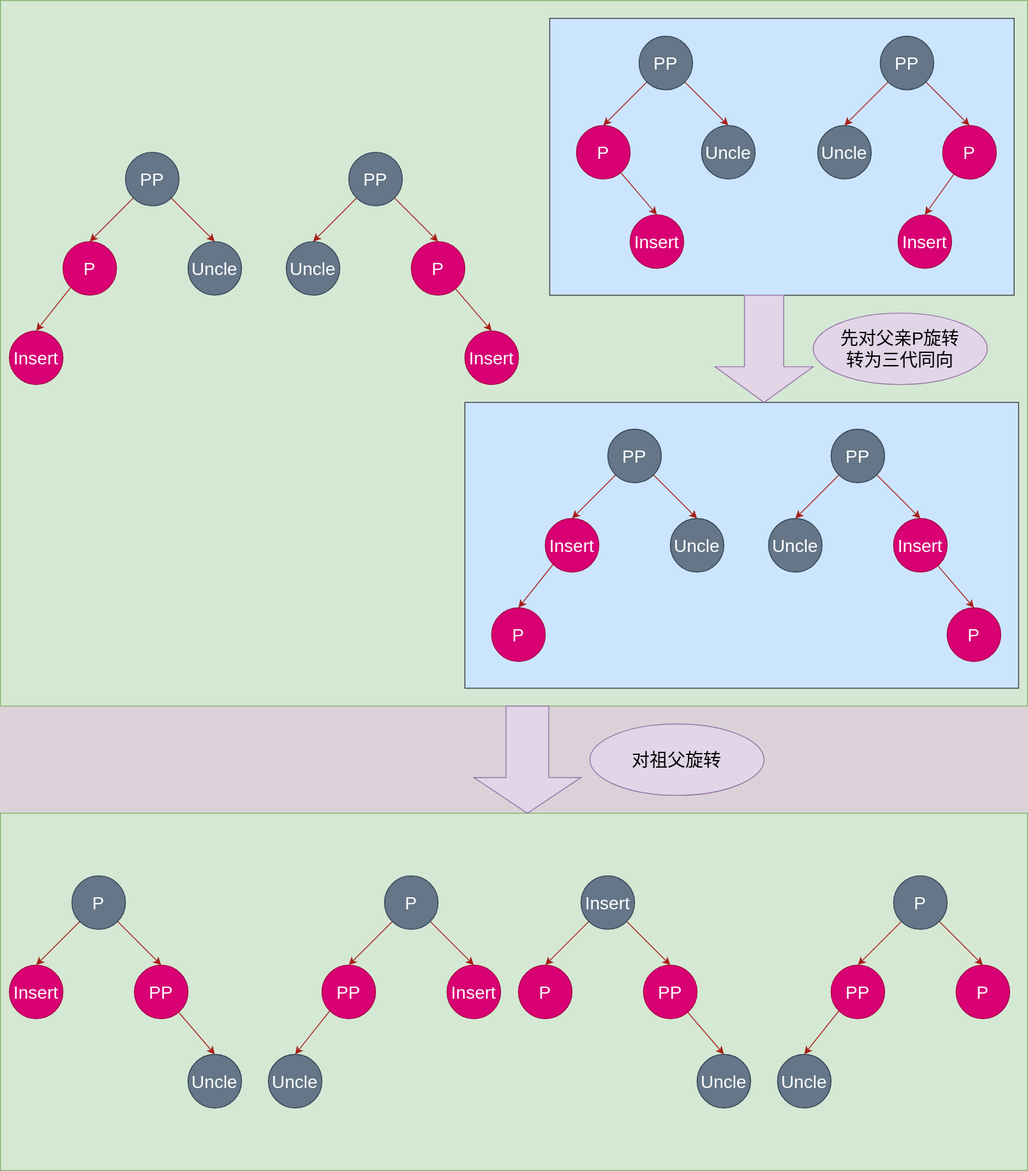
Before: Ds/Summary/images/红黑树_插入_父亲为红_叔叔为黑.svg, a diagram exported from draw.io (Jinhua-Lee/DsAndAlg). Source tidied: cells renumbered, new cells last; positions are measured from the earlier drawing's top-left corner, leaving out a move shared by most shapes.
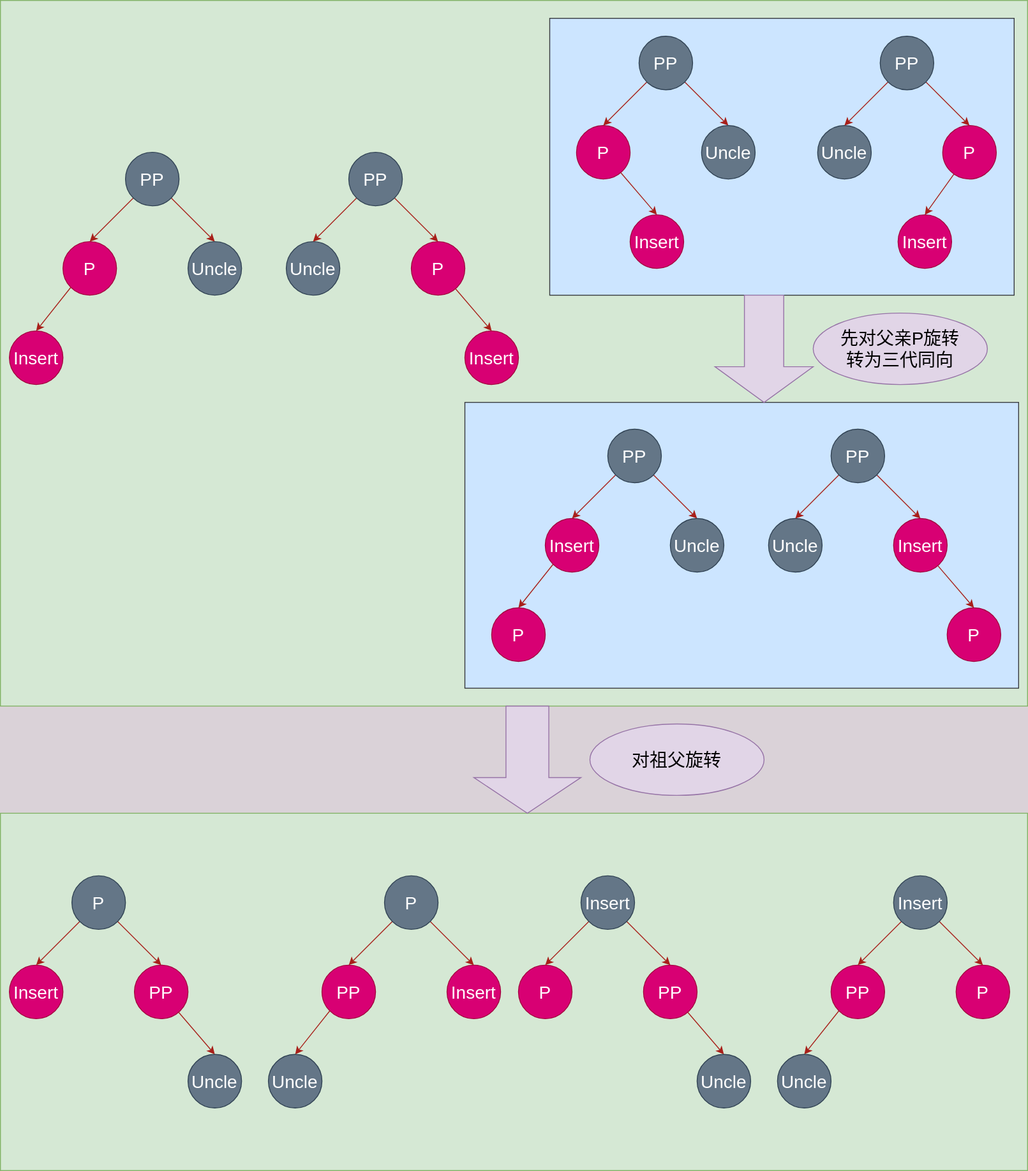
Above is the later version.

Change to the diagram source:
```diff
@@ -203,7 +203,7 @@
     <mxCell id="68" style="edgeStyle=none;rounded=0;jettySize=auto;html=1;exitX=1;exitY=1;exitDx=0;exitDy=0;entryX=0.5;entryY=0;entryDx=0;entryDy=0;labelBackgroundColor=#DAD2D8;strokeColor=#A8201A;fontColor=#143642;" parent="1" edge="1" source="69" target="71">
       <mxGeometry relative="1" as="geometry" />
     </mxCell>
-    <mxCell id="69" value="&lt;span style=&quot;font-size: 20px&quot;&gt;P&lt;/span&gt;" style="ellipse;whiteSpace=wrap;html=1;fillColor=#647687;strokeColor=#314354;fontColor=#ffffff;" parent="1" vertex="1">
+    <mxCell id="69" value="&lt;span style=&quot;font-size: 20px&quot;&gt;Insert&lt;/span&gt;" style="ellipse;whiteSpace=wrap;html=1;fillColor=#647687;strokeColor=#314354;fontColor=#ffffff;" parent="1" vertex="1">
       <mxGeometry x="1000" y="980" width="60" height="60" as="geometry" />
     </mxCell>
     <mxCell id="70" style="rounded=0;jettySize=auto;html=1;exitX=0;exitY=1;exitDx=0;exitDy=0;labelBackgroundColor=#DAD2D8;strokeColor=#A8201A;fontColor=#143642;entryX=0.5;entryY=0;entryDx=0;entryDy=0;" parent="1" edge="1" source="66" target="72">
```
